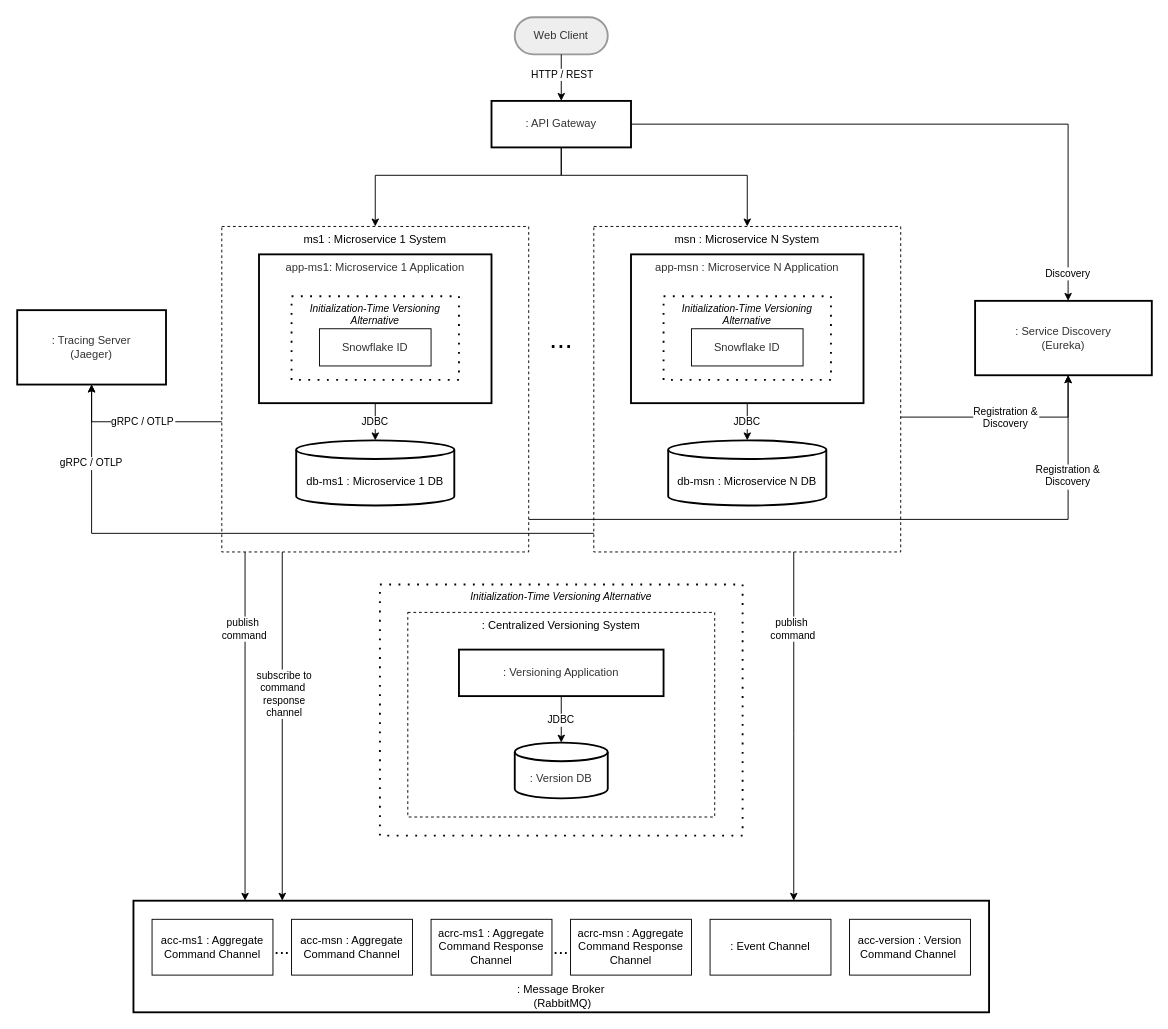
socialsoftware/microservices-simulator keeps this draw.io diagram as data/figs/architecture/topology_distr_stream.drawio. Above is the earlier version. Source tidied: cells renumbered, new cells numbered last; positions are measured from the earlier drawing's top-left corner, leaving out a move shared by most shapes. Both pictures are drawn from the tidied source at 93%, with x=0, y=0 at pixel (17, 17).
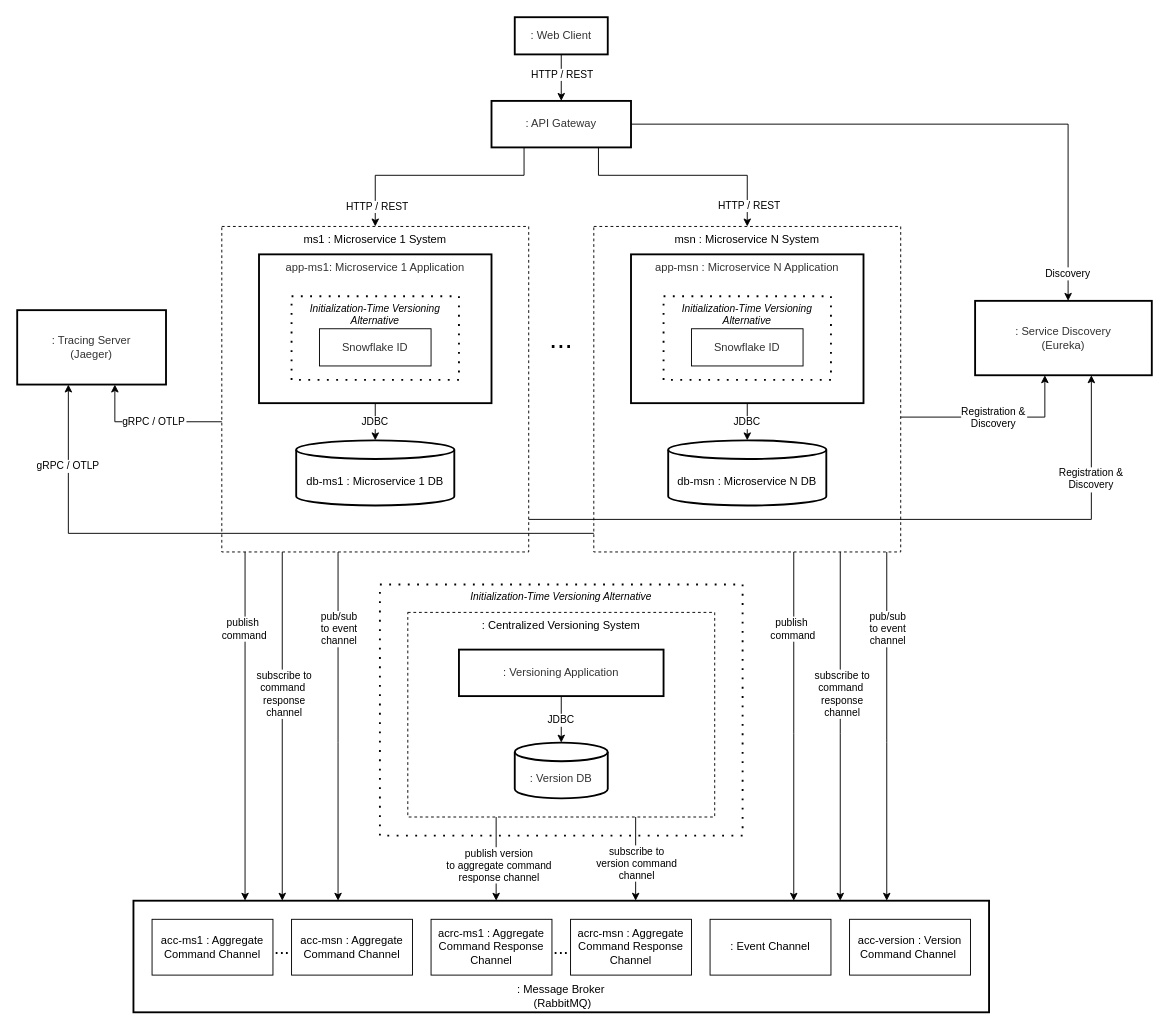
Above is the later version.

Unchanged cells that the change refers to:
```xml
<mxCell id="3" value=": Message Broker&lt;div&gt;&amp;nbsp;(RabbitMQ)&lt;/div&gt;" style="whiteSpace=wrap;html=1;verticalAlign=bottom;strokeWidth=2;" parent="1" vertex="1">
  <mxGeometry x="125" y="950" width="920" height="120" as="geometry" />
</mxCell>
<mxCell id="4" value="msn : Microservice N System" style="whiteSpace=wrap;strokeWidth=1;dashed=1;dashPattern=3 3;verticalAlign=top;" parent="1" vertex="1">
  <mxGeometry x="620" y="225" width="330" height="350" as="geometry" />
</mxCell>
<mxCell id="9" value="ms1 : Microservice 1 System" style="whiteSpace=wrap;strokeWidth=1;dashed=1;dashPattern=3 3;verticalAlign=top;" parent="1" vertex="1">
  <mxGeometry x="220" y="225" width="330" height="350" as="geometry" />
</mxCell>
<mxCell id="11" value=": Centralized Versioning System" style="whiteSpace=wrap;strokeWidth=1;verticalAlign=top;dashed=1;dashPattern=3 3;" parent="1" vertex="1">
  <mxGeometry x="420" y="640" width="330" height="220" as="geometry" />
</mxCell>
<mxCell id="13" value=": API Gateway" style="whiteSpace=wrap;strokeWidth=2;fillColor=#ffffff;strokeColor=#000000;fontColor=light-dark(#333333,#cccccc);" parent="1" vertex="1">
  <mxGeometry x="510" y="90" width="150" height="50" as="geometry" />
</mxCell>
<mxCell id="18" value=": Service Discovery&#10;(Eureka)" style="whiteSpace=wrap;strokeWidth=2;fillColor=#ffffff;strokeColor=#000000;fontColor=light-dark(#333333,#cccccc);" parent="1" vertex="1">
  <mxGeometry x="1030" y="305" width="190" height="80" as="geometry" />
</mxCell>
<mxCell id="19" value=": Tracing Server&#10;(Jaeger)" style="whiteSpace=wrap;strokeWidth=2;fillColor=#ffffff;strokeColor=#000000;fontColor=light-dark(#333333,#cccccc);" parent="1" vertex="1">
  <mxGeometry y="315" width="160" height="80" as="geometry" />
</mxCell>
```

The edit, as a diff of the source:
```diff
@@
-<mxGraphModel>
+<mxGraphModel background="#ffffff">
@@
+    <mxCell id="48" style="edgeStyle=orthogonalEdgeStyle;rounded=0;jettySize=auto;html=1;" parent="1" edge="1" source="9" target="3">
+      <mxGeometry relative="1" as="geometry">
+        <Array as="points">
+          <mxPoint x="345" y="780" />
+          <mxPoint x="345" y="780" />
+        </Array>
+      </mxGeometry>
+    </mxCell>
+    <mxCell id="49" value="pub/sub&lt;div&gt;to event&lt;/div&gt;&lt;div&gt;channel&lt;/div&gt;" style="edgeLabel;html=1;align=center;verticalAlign=middle;" parent="48" vertex="1">
+      <mxGeometry x="-0.56" relative="1" as="geometry" />
+    </mxCell>
@@
+    <mxCell id="50" style="edgeStyle=orthogonalEdgeStyle;rounded=0;jettySize=auto;html=1;" parent="1" edge="1" source="11" target="3">
+      <mxGeometry relative="1" as="geometry">
+        <Array as="points">
+          <mxPoint x="515" y="910" />
+          <mxPoint x="515" y="910" />
+        </Array>
+      </mxGeometry>
+    </mxCell>
+    <mxCell id="51" value="publish version&lt;div&gt;to aggregate command&lt;/div&gt;&lt;div&gt;response channel&lt;/div&gt;" style="edgeLabel;html=1;align=center;verticalAlign=middle;" parent="50" vertex="1">
+      <mxGeometry x="0.14" y="2" relative="1" as="geometry" />
+    </mxCell>
+    <mxCell id="52" style="edgeStyle=orthogonalEdgeStyle;rounded=0;jettySize=auto;html=1;" parent="1" edge="1" source="11" target="3">
+      <mxGeometry relative="1" as="geometry">
+        <Array as="points">
+          <mxPoint x="665" y="910" />
+          <mxPoint x="665" y="910" />
+        </Array>
+      </mxGeometry>
+    </mxCell>
+    <mxCell id="53" value="subscribe to&lt;div&gt;version command&lt;/div&gt;&lt;div&gt;channel&lt;/div&gt;" style="edgeLabel;html=1;align=center;verticalAlign=middle;" parent="52" vertex="1">
+      <mxGeometry x="-0.19" relative="1" as="geometry">
+        <mxPoint y="13" as="offset" />
+      </mxGeometry>
+    </mxCell>
@@
-    <mxCell id="12" value="Web Client" style="rounded=1;whiteSpace=wrap;arcSize=50;strokeWidth=2;fillColor=light-dark(#eeeeee,#1f2020);strokeColor=light-dark(#999999,#cccccc);fontColor=light-dark(#333333,#cccccc);" parent="1" vertex="1">
+    <mxCell id="12" value=": Web Client" style="whiteSpace=wrap;strokeWidth=2;fillColor=#ffffff;strokeColor=#000000;fontColor=light-dark(#333333,#cccccc);" parent="1" vertex="1">
       <mxGeometry x="535" width="100" height="40" as="geometry" />
     </mxCell>
@@
     <mxCell id="25" style="startArrow=none;endArrow=classic;strokeWidth=1;rounded=0;edgeStyle=orthogonalEdgeStyle;jumpStyle=arc;endFill=1;" parent="1" edge="1" source="13" target="9">
       <mxGeometry relative="1" as="geometry">
         <Array as="points">
-          <mxPoint x="585" y="170" />
+          <mxPoint x="545" y="170" />
           <mxPoint x="385" y="170" />
         </Array>
       </mxGeometry>
     </mxCell>
+    <mxCell id="54" value="HTTP / REST" style="edgeLabel;html=1;align=center;verticalAlign=middle;" parent="25" vertex="1">
+      <mxGeometry x="0.82" y="1" relative="1" as="geometry" />
+    </mxCell>
     <mxCell id="26" style="startArrow=none;endArrow=classic;strokeWidth=1;rounded=0;edgeStyle=orthogonalEdgeStyle;jumpStyle=arc;endFill=1;" parent="1" edge="1" source="13" target="4">
       <mxGeometry relative="1" as="geometry">
         <Array as="points">
-          <mxPoint x="585" y="170" />
+          <mxPoint x="625" y="170" />
           <mxPoint x="785" y="170" />
         </Array>
       </mxGeometry>
     </mxCell>
+    <mxCell id="55" value="HTTP / REST" style="edgeLabel;html=1;align=center;verticalAlign=middle;" parent="26" vertex="1">
+      <mxGeometry x="0.81" y="1" relative="1" as="geometry" />
+    </mxCell>
     <mxCell id="27" value="Registration &amp;&#10;Discovery" style="startArrow=none;endArrow=classic;rounded=0;edgeStyle=orthogonalEdgeStyle;jumpStyle=arc;endFill=1;" parent="1" edge="1" source="9" target="18">
       <mxGeometry x="0.71" relative="1" as="geometry">
         <Array as="points">
-          <mxPoint x="1130" y="540" />
+          <mxPoint x="1155" y="540" />
         </Array>
         <mxPoint y="1" as="offset" />
       </mxGeometry>
     </mxCell>
     <mxCell id="28" value="Registration &amp;&#10;Discovery" style="startArrow=none;endArrow=classic;rounded=0;edgeStyle=orthogonalEdgeStyle;jumpStyle=arc;endFill=1;" parent="1" edge="1" source="4" target="18">
       <mxGeometry relative="1" as="geometry">
         <Array as="points">
-          <mxPoint x="1130" y="430" />
+          <mxPoint x="1105" y="430" />
         </Array>
       </mxGeometry>
     </mxCell>
     <mxCell id="29" value="gRPC / OTLP" style="startArrow=none;endArrow=classic;rounded=0;edgeStyle=orthogonalEdgeStyle;jumpStyle=arc;endFill=1;" parent="1" edge="1" source="9" target="19">
       <mxGeometry x="-0.06" relative="1" as="geometry">
         <Array as="points">
-          <mxPoint x="80" y="435" />
+          <mxPoint x="105" y="435" />
         </Array>
       </mxGeometry>
     </mxCell>
     <mxCell id="30" value="gRPC / OTLP" style="startArrow=none;endArrow=classic;rounded=0;edgeStyle=orthogonalEdgeStyle;jumpStyle=arc;endFill=1;" parent="1" edge="1" source="4" target="19">
       <mxGeometry x="0.76" relative="1" as="geometry">
         <Array as="points">
-          <mxPoint x="80" y="555" />
+          <mxPoint x="55" y="555" />
         </Array>
       </mxGeometry>
     </mxCell>
@@
+    <mxCell id="56" style="edgeStyle=orthogonalEdgeStyle;rounded=0;jettySize=auto;html=1;" parent="1" edge="1" source="4" target="3">
+      <mxGeometry relative="1" as="geometry">
+        <Array as="points">
+          <mxPoint x="885" y="770" />
+          <mxPoint x="885" y="770" />
+        </Array>
+      </mxGeometry>
+    </mxCell>
+    <mxCell id="57" value="subscribe to&lt;div&gt;command&amp;nbsp;&lt;/div&gt;&lt;div&gt;response&lt;/div&gt;&lt;div&gt;channel&lt;/div&gt;" style="edgeLabel;html=1;align=center;verticalAlign=middle;" parent="56" vertex="1">
+      <mxGeometry x="-0.19" y="1" relative="1" as="geometry" />
+    </mxCell>
+    <mxCell id="58" style="edgeStyle=orthogonalEdgeStyle;rounded=0;jettySize=auto;html=1;" parent="1" edge="1" source="4" target="3">
+      <mxGeometry relative="1" as="geometry">
+        <Array as="points">
+          <mxPoint x="935" y="780" />
+          <mxPoint x="935" y="780" />
+        </Array>
+      </mxGeometry>
+    </mxCell>
+    <mxCell id="59" value="pub/sub&lt;div&gt;to event&lt;/div&gt;&lt;div&gt;channel&lt;/div&gt;" style="edgeLabel;html=1;align=center;verticalAlign=middle;" parent="58" vertex="1">
+      <mxGeometry x="-0.56" relative="1" as="geometry" />
+    </mxCell>
```
